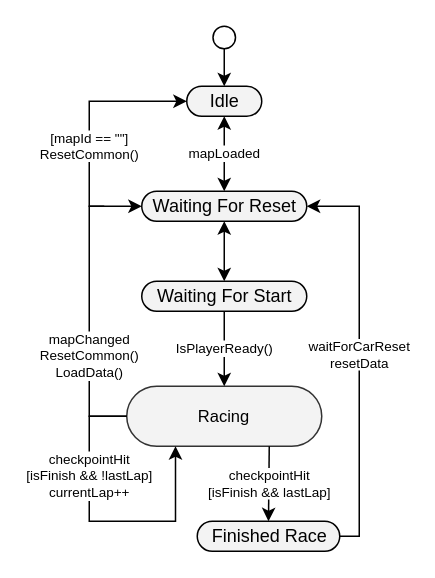
Above: page "Race State Machine" (1 of 2) of diagrams/drawio/state_machine.drawio in nolanvargas/Weekly-Grand-Splits (draw.io), before the change. Source tidied: cells renumbered, new cells numbered last; positions are measured from the earlier drawing's top-left corner, leaving out a move shared by most shapes. Both pictures are drawn from the tidied source at 150%, with x=0, y=0 at pixel (88, 26).
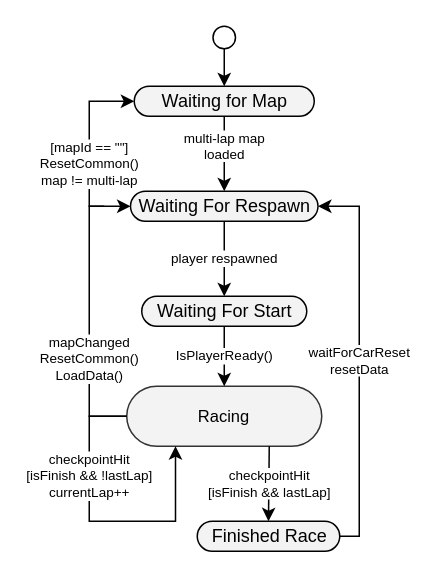
After the change.

Change to the diagram source:
```diff
@@
-    <mxCell id="4" value="mapLoaded" style="rounded=0;jettySize=auto;html=1;fontSize=9;fontFamily=Helvetica;exitX=0.5;exitY=0.5;exitDx=0;exitDy=10;exitPerimeter=0;entryX=0.5;entryY=0.5;entryDx=0;entryDy=-10;entryPerimeter=0;startArrow=classic;startFill=1;" parent="1" edge="1" source="12" target="13">
-      <mxGeometry relative="1" as="geometry" />
+    <mxCell id="4" value="multi-lap map&lt;div&gt;loaded&lt;/div&gt;" style="rounded=0;jettySize=auto;html=1;fontSize=9;fontFamily=Helvetica;exitX=0.5;exitY=0.5;exitDx=0;exitDy=10;exitPerimeter=0;entryX=0.5;entryY=0.5;entryDx=0;entryDy=-10;entryPerimeter=0;startArrow=none;startFill=0;" parent="1" edge="1" source="12" target="13">
+      <mxGeometry x="-0.2" relative="1" as="geometry" />
     </mxCell>
@@
-    <mxCell id="9" value="[mapId == &quot;&quot;]&lt;div&gt;ResetCommon()&lt;/div&gt;" style="rounded=0;jettySize=auto;html=1;fontSize=9;fontFamily=Helvetica;entryX=0;entryY=0.5;entryDx=0;entryDy=0;entryPerimeter=0;edgeStyle=orthogonalEdgeStyle;" parent="1" edge="1" target="12">
+    <mxCell id="9" value="[mapId == &quot;&quot;]&lt;div&gt;ResetCommon()&lt;/div&gt;&lt;div&gt;map != multi-lap&lt;/div&gt;" style="rounded=0;jettySize=auto;html=1;fontSize=9;fontFamily=Helvetica;entryX=0;entryY=0.5;entryDx=0;entryDy=0;entryPerimeter=0;edgeStyle=orthogonalEdgeStyle;" parent="1" edge="1" target="12">
       <mxGeometry x="-0.31" relative="1" as="geometry">
         <mxPoint x="10" y="120" as="sourcePoint" />
         <Array as="points">
           <mxPoint y="120" />
           <mxPoint y="50" />
         </Array>
       </mxGeometry>
     </mxCell>
@@
-    <mxCell id="12" value="Idle" style="html=1;dashed=0;whitespace=wrap;shape=mxgraph.dfd.start;fillColor=#F3F3F3;" parent="1" vertex="1">
-      <mxGeometry x="65" y="40" width="50" height="20" as="geometry" />
+    <mxCell id="12" value="Waiting for Map" style="html=1;dashed=0;whitespace=wrap;shape=mxgraph.dfd.start;fillColor=#F3F3F3;" parent="1" vertex="1">
+      <mxGeometry x="30" y="40" width="120" height="20" as="geometry" />
     </mxCell>
-    <mxCell id="13" value="Waiting For Reset" style="html=1;dashed=0;whitespace=wrap;shape=mxgraph.dfd.start;fillColor=#F3F3F3;" parent="1" vertex="1">
-      <mxGeometry x="35" y="110" width="110" height="20" as="geometry" />
+    <mxCell id="13" value="Waiting For Respawn" style="html=1;dashed=0;whitespace=wrap;shape=mxgraph.dfd.start;fillColor=#F3F3F3;" parent="1" vertex="1">
+      <mxGeometry x="27.5" y="110" width="125" height="20" as="geometry" />
     </mxCell>
     <mxCell id="14" value="Waiting For Start" style="html=1;dashed=0;whitespace=wrap;shape=mxgraph.dfd.start;fillColor=#F3F3F3;" parent="1" vertex="1">
-      <mxGeometry x="35" y="170" width="110" height="20" as="geometry" />
+      <mxGeometry x="35" y="180" width="110" height="20" as="geometry" />
     </mxCell>
@@
-    <mxCell id="16" style="edgeStyle=orthogonalEdgeStyle;rounded=0;jettySize=auto;html=1;entryX=0.5;entryY=0.5;entryDx=0;entryDy=-10;entryPerimeter=0;startArrow=classic;startFill=1;" parent="1" edge="1" source="13" target="14">
+    <mxCell id="16" value="player respawned" style="edgeStyle=orthogonalEdgeStyle;rounded=0;jettySize=auto;html=1;entryX=0.5;entryY=0.5;entryDx=0;entryDy=-10;entryPerimeter=0;startArrow=none;startFill=0;fontSize=9;" parent="1" edge="1" source="13" target="14">
       <mxGeometry relative="1" as="geometry" />
     </mxCell>
```
